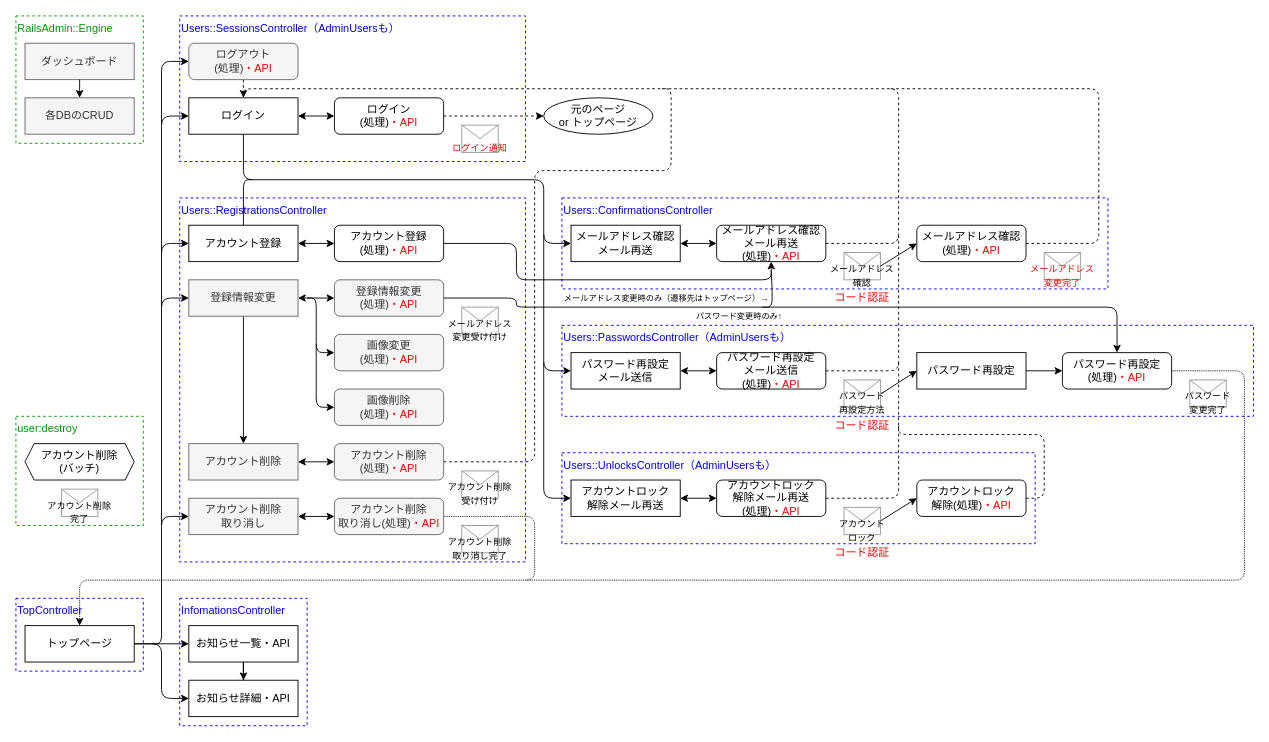
Earlier version of the draw.io diagram 設計/画面遷移図.drawio (nightonlypj/rails-app-origin). Source tidied: cells renumbered, new cells numbered last; positions are measured from the earlier drawing's top-left corner, leaving out a move shared by most shapes. Both pictures are drawn from the tidied source at 91%, with x=0, y=0 at pixel (15, 15).
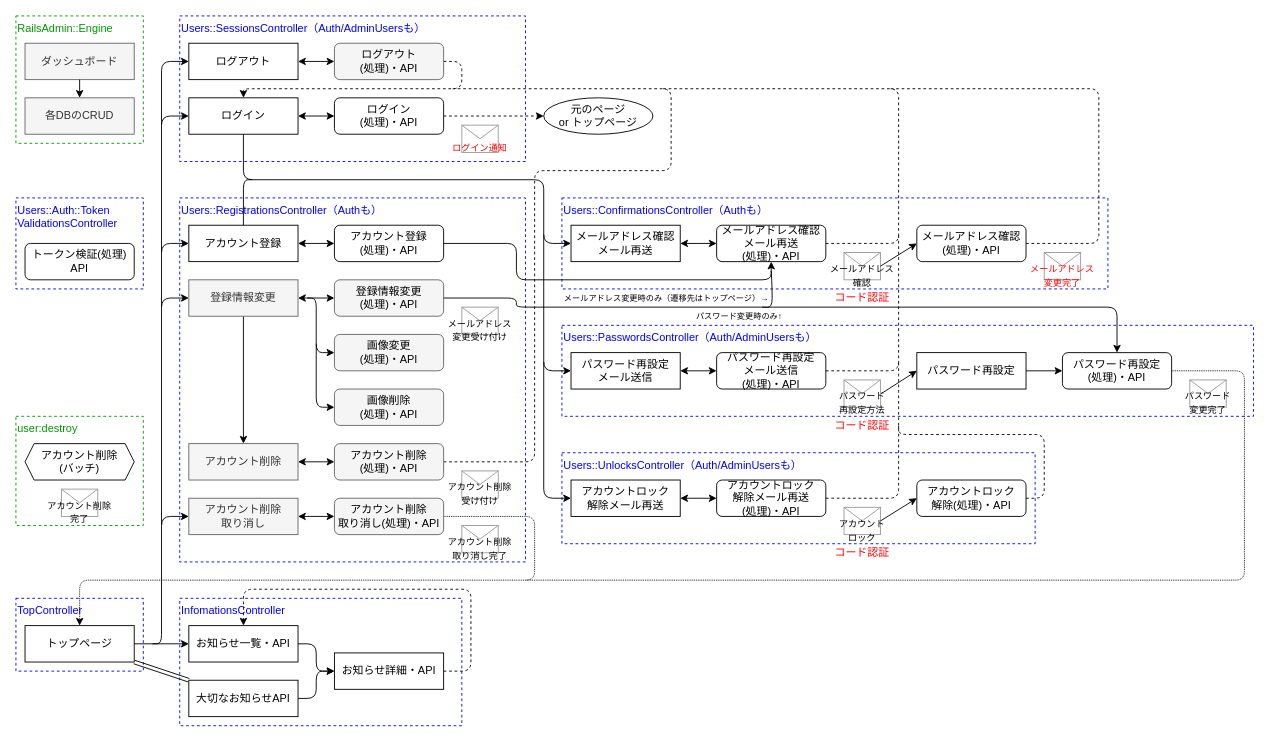
After the change.

The change refers to these unchanged cells:
```xml
<mxCell id="14" value="トップページ" style="rounded=0;whiteSpace=wrap;html=1;" parent="1" vertex="1">
  <mxGeometry x="10" y="670" width="120" height="40" as="geometry" />
</mxCell>
<mxCell id="19" value="ログイン" style="rounded=0;whiteSpace=wrap;html=1;" parent="1" vertex="1">
  <mxGeometry x="190" y="90" width="120" height="40" as="geometry" />
</mxCell>
<mxCell id="100" value="&lt;font color=&quot;#000000&quot;&gt;お知らせ一覧・API&lt;/font&gt;" style="rounded=0;whiteSpace=wrap;html=1;" parent="1" vertex="1">
  <mxGeometry x="190" y="670" width="120" height="40" as="geometry" />
</mxCell>
```

Change to the diagram source:
```diff
@@
+    <mxCell id="107" value="&lt;font color=&quot;#0000ff&quot;&gt;Users::Auth::Token&lt;br&gt;ValidationsController&lt;br&gt;&lt;/font&gt;" style="rounded=0;whiteSpace=wrap;html=1;strokeColor=#0000FF;dashed=1;align=left;verticalAlign=top;" parent="1" vertex="1">
+      <mxGeometry y="200" width="140" height="100" as="geometry" />
+    </mxCell>
     <mxCell id="2" value="&lt;font color=&quot;#0000ff&quot;&gt;InfomationsController&lt;br&gt;&lt;/font&gt;" style="rounded=0;whiteSpace=wrap;html=1;strokeColor=#0000FF;dashed=1;align=left;verticalAlign=top;" parent="1" vertex="1">
-      <mxGeometry x="180" y="640" width="140" height="140" as="geometry" />
+      <mxGeometry x="180" y="640" width="310" height="140" as="geometry" />
     </mxCell>
-    <mxCell id="3" value="&lt;font color=&quot;#0000ff&quot;&gt;Users::PasswordsController&lt;/font&gt;&lt;span style=&quot;color: rgb(0 , 0 , 255)&quot;&gt;（AdminUsersも）&lt;/span&gt;&lt;font color=&quot;#0000ff&quot;&gt;&lt;br&gt;&lt;/font&gt;" style="rounded=0;whiteSpace=wrap;html=1;strokeColor=#0000FF;dashed=1;align=left;verticalAlign=top;" parent="1" vertex="1">
+    <mxCell id="3" value="&lt;font color=&quot;#0000ff&quot;&gt;Users::PasswordsController&lt;/font&gt;&lt;span style=&quot;color: rgb(0 , 0 , 255)&quot;&gt;（Auth/AdminUsersも）&lt;/span&gt;&lt;font color=&quot;#0000ff&quot;&gt;&lt;br&gt;&lt;/font&gt;" style="rounded=0;whiteSpace=wrap;html=1;strokeColor=#0000FF;dashed=1;align=left;verticalAlign=top;" parent="1" vertex="1">
       <mxGeometry x="600" y="340" width="760" height="100" as="geometry" />
     </mxCell>
@@
-    <mxCell id="5" value="&lt;font color=&quot;#0000ff&quot;&gt;Users::&lt;/font&gt;&lt;font color=&quot;#0000ff&quot;&gt;ConfirmationsController&lt;br&gt;&lt;/font&gt;" style="rounded=0;whiteSpace=wrap;html=1;strokeColor=#0000FF;dashed=1;align=left;verticalAlign=top;" parent="1" vertex="1">
+    <mxCell id="5" value="&lt;font color=&quot;#0000ff&quot;&gt;Users::&lt;/font&gt;&lt;font color=&quot;#0000ff&quot;&gt;ConfirmationsController（Authも）&lt;br&gt;&lt;/font&gt;" style="rounded=0;whiteSpace=wrap;html=1;strokeColor=#0000FF;dashed=1;align=left;verticalAlign=top;" parent="1" vertex="1">
       <mxGeometry x="600" y="200" width="600" height="100" as="geometry" />
     </mxCell>
@@
-    <mxCell id="7" value="&lt;font color=&quot;#0000ff&quot;&gt;Users::&lt;/font&gt;&lt;span style=&quot;color: rgb(0 , 0 , 255)&quot;&gt;RegistrationsController&lt;/span&gt;&lt;font color=&quot;#0000ff&quot;&gt;&lt;br&gt;&lt;/font&gt;" style="rounded=0;whiteSpace=wrap;html=1;strokeColor=#0000FF;dashed=1;align=left;verticalAlign=top;" parent="1" vertex="1">
+    <mxCell id="7" value="&lt;font color=&quot;#0000ff&quot;&gt;Users::&lt;/font&gt;&lt;span style=&quot;color: rgb(0 , 0 , 255)&quot;&gt;RegistrationsController（Authも）&lt;/span&gt;&lt;font color=&quot;#0000ff&quot;&gt;&lt;br&gt;&lt;/font&gt;" style="rounded=0;whiteSpace=wrap;html=1;strokeColor=#0000FF;dashed=1;align=left;verticalAlign=top;" parent="1" vertex="1">
       <mxGeometry x="180" y="200" width="380" height="400" as="geometry" />
     </mxCell>
-    <mxCell id="8" value="&lt;font color=&quot;#0000ff&quot;&gt;Users::SessionsController（AdminUsersも）&lt;br&gt;&lt;/font&gt;" style="rounded=0;whiteSpace=wrap;html=1;strokeColor=#0000FF;dashed=1;align=left;verticalAlign=top;" parent="1" vertex="1">
+    <mxCell id="8" value="&lt;font color=&quot;#0000ff&quot;&gt;Users::SessionsController（Auth/AdminUsersも）&lt;br&gt;&lt;/font&gt;" style="rounded=0;whiteSpace=wrap;html=1;strokeColor=#0000FF;dashed=1;align=left;verticalAlign=top;" parent="1" vertex="1">
       <mxGeometry x="180" width="380" height="160" as="geometry" />
     </mxCell>
@@
-    <mxCell id="11" style="edgeStyle=orthogonalEdgeStyle;rounded=1;jettySize=auto;html=1;entryX=0;entryY=0.5;entryDx=0;entryDy=0;startArrow=none;startFill=0;endArrow=classic;endFill=1;" parent="1" edge="1" target="23">
+    <mxCell id="11" style="edgeStyle=orthogonalEdgeStyle;rounded=1;jettySize=auto;html=1;entryX=0;entryY=0.5;entryDx=0;entryDy=0;startArrow=none;startFill=0;endArrow=classic;endFill=1;" parent="1" edge="1" target="115">
       <mxGeometry relative="1" as="geometry">
         <mxPoint x="160" y="120" as="sourcePoint" />
         <Array as="points">
           <mxPoint x="160" y="50" />
         </Array>
       </mxGeometry>
     </mxCell>
@@
-    <mxCell id="13" style="edgeStyle=orthogonalEdgeStyle;rounded=1;jettySize=auto;html=1;exitX=1;exitY=0.5;exitDx=0;exitDy=0;entryX=0;entryY=0.5;entryDx=0;entryDy=0;" parent="1" edge="1" source="14" target="101">
-      <mxGeometry relative="1" as="geometry" />
-    </mxCell>
+    <mxCell id="108" style="rounded=1;jettySize=auto;html=1;exitX=1;exitY=1;exitDx=0;exitDy=0;entryX=0;entryY=0;entryDx=0;entryDy=0;endArrow=none;endFill=0;shape=link;" parent="1" edge="1" source="14" target="112">
+      <mxGeometry relative="1" as="geometry" />
+    </mxCell>
@@
-    <mxCell id="17" value="&lt;span&gt;アカウント登録&lt;br&gt;(処理)&lt;/span&gt;&lt;span style=&quot;color: rgb(255 , 0 , 0)&quot;&gt;・API&lt;/span&gt;&lt;span&gt;&lt;br&gt;&lt;/span&gt;" style="rounded=1;whiteSpace=wrap;html=1;" parent="1" vertex="1">
+    <mxCell id="17" value="&lt;span&gt;アカウント登録&lt;br&gt;(処理)&lt;/span&gt;・API&lt;span&gt;&lt;br&gt;&lt;/span&gt;" style="rounded=1;whiteSpace=wrap;html=1;" parent="1" vertex="1">
       <mxGeometry x="350" y="230" width="120" height="40" as="geometry" />
     </mxCell>
@@
-    <mxCell id="21" value="ログイン&lt;br&gt;(処理)&lt;span style=&quot;color: rgb(255 , 0 , 0)&quot;&gt;・API&lt;/span&gt;&lt;span&gt;&lt;br&gt;&lt;/span&gt;" style="rounded=1;whiteSpace=wrap;html=1;" parent="1" vertex="1">
+    <mxCell id="21" value="ログイン&lt;br&gt;(処理)・API&lt;span&gt;&lt;br&gt;&lt;/span&gt;" style="rounded=1;whiteSpace=wrap;html=1;" parent="1" vertex="1">
       <mxGeometry x="350" y="90" width="120" height="40" as="geometry" />
     </mxCell>
-    <mxCell id="22" style="rounded=1;jettySize=auto;html=1;exitX=0.5;exitY=1;exitDx=0;exitDy=0;startArrow=none;startFill=0;endArrow=classic;endFill=1;dashed=1;" parent="1" edge="1" source="23" target="19">
-      <mxGeometry relative="1" as="geometry" />
+    <mxCell id="22" style="rounded=1;jettySize=auto;html=1;exitX=1;exitY=0.5;exitDx=0;exitDy=0;startArrow=none;startFill=0;endArrow=classic;endFill=1;dashed=1;entryX=0.5;entryY=0;entryDx=0;entryDy=0;edgeStyle=orthogonalEdgeStyle;" parent="1" edge="1" source="113" target="19">
+      <mxGeometry relative="1" as="geometry">
+        <Array as="points">
+          <mxPoint x="490" y="50" />
+          <mxPoint x="490" y="80" />
+          <mxPoint x="250" y="80" />
+        </Array>
+      </mxGeometry>
     </mxCell>
-    <mxCell id="23" value="ログアウト&lt;br&gt;(処理)&lt;span style=&quot;color: rgb(255 , 0 , 0)&quot;&gt;・API&lt;/span&gt;&lt;span&gt;&lt;br&gt;&lt;/span&gt;" style="rounded=1;whiteSpace=wrap;html=1;fillColor=#f5f5f5;strokeColor=#666666;fontColor=#333333;" parent="1" vertex="1">
-      <mxGeometry x="190" y="30" width="120" height="40" as="geometry" />
-    </mxCell>
@@
-    <mxCell id="27" value="&lt;span&gt;登録情報変更&lt;br&gt;&lt;/span&gt;&lt;span&gt;(処理)&lt;/span&gt;&lt;span style=&quot;color: rgb(255 , 0 , 0)&quot;&gt;・API&lt;/span&gt;&lt;span&gt;&lt;br&gt;&lt;/span&gt;" style="rounded=1;whiteSpace=wrap;html=1;fillColor=#f5f5f5;strokeColor=#666666;fontColor=#333333;" parent="1" vertex="1">
+    <mxCell id="27" value="&lt;font color=&quot;#000000&quot;&gt;&lt;span&gt;登録情報変更&lt;br&gt;&lt;/span&gt;&lt;span&gt;(処理)&lt;/span&gt;・API&lt;/font&gt;&lt;span&gt;&lt;br&gt;&lt;/span&gt;" style="rounded=1;whiteSpace=wrap;html=1;fillColor=#f5f5f5;strokeColor=#666666;fontColor=#333333;" parent="1" vertex="1">
       <mxGeometry x="350" y="290" width="120" height="40" as="geometry" />
     </mxCell>
@@
     <mxCell id="30" style="edgeStyle=orthogonalEdgeStyle;rounded=1;jettySize=auto;html=1;exitX=1;exitY=0.5;exitDx=0;exitDy=0;dashed=1;startArrow=none;startFill=0;endArrow=none;endFill=0;strokeColor=#000000;fontColor=#FF0000;" parent="1" edge="1" source="31">
       <mxGeometry relative="1" as="geometry">
-        <mxPoint x="710" y="80" as="targetPoint" />
+        <mxPoint x="480" y="80" as="targetPoint" />
         <Array as="points">
           <mxPoint x="570" y="490" />
           <mxPoint x="570" y="170" />
           <mxPoint x="720" y="170" />
           <mxPoint x="720" y="80" />
         </Array>
       </mxGeometry>
     </mxCell>
-    <mxCell id="31" value="&lt;span&gt;アカウント削除&lt;br&gt;&lt;/span&gt;&lt;span&gt;(処理)&lt;/span&gt;&lt;span style=&quot;color: rgb(255 , 0 , 0)&quot;&gt;・API&lt;/span&gt;&lt;span&gt;&lt;br&gt;&lt;/span&gt;" style="rounded=1;whiteSpace=wrap;html=1;fillColor=#f5f5f5;strokeColor=#666666;fontColor=#333333;" parent="1" vertex="1">
+    <mxCell id="31" value="&lt;font color=&quot;#000000&quot;&gt;&lt;span&gt;アカウント削除&lt;br&gt;&lt;/span&gt;&lt;span&gt;(処理)&lt;/span&gt;・API&lt;/font&gt;&lt;span&gt;&lt;br&gt;&lt;/span&gt;" style="rounded=1;whiteSpace=wrap;html=1;fillColor=#f5f5f5;strokeColor=#666666;fontColor=#333333;" parent="1" vertex="1">
       <mxGeometry x="350" y="470" width="120" height="40" as="geometry" />
     </mxCell>
@@
     <mxCell id="37" style="edgeStyle=orthogonalEdgeStyle;rounded=1;jettySize=auto;html=1;exitX=1;exitY=0.5;exitDx=0;exitDy=0;startArrow=none;startFill=0;endArrow=none;endFill=0;dashed=1;" parent="1" edge="1" source="38">
       <mxGeometry relative="1" as="geometry">
-        <mxPoint x="250" y="90" as="targetPoint" />
+        <mxPoint x="710" y="80" as="targetPoint" />
         <Array as="points">
           <mxPoint x="970" y="250" />
           <mxPoint x="970" y="80" />
-          <mxPoint x="250" y="80" />
         </Array>
       </mxGeometry>
     </mxCell>
-    <mxCell id="38" value="&lt;span&gt;メールアドレス確認メール再送&lt;br&gt;&lt;/span&gt;&lt;span&gt;(処理)&lt;/span&gt;&lt;span style=&quot;color: rgb(255 , 0 , 0)&quot;&gt;・API&lt;/span&gt;&lt;span&gt;&lt;br&gt;&lt;/span&gt;" style="rounded=1;whiteSpace=wrap;html=1;" parent="1" vertex="1">
+    <mxCell id="38" value="&lt;span&gt;メールアドレス確認メール再送&lt;br&gt;&lt;/span&gt;&lt;span&gt;(処理)&lt;/span&gt;・API&lt;span&gt;&lt;br&gt;&lt;/span&gt;" style="rounded=1;whiteSpace=wrap;html=1;" parent="1" vertex="1">
       <mxGeometry x="770" y="230" width="120" height="40" as="geometry" />
     </mxCell>
@@
-    <mxCell id="40" value="&lt;span&gt;メールアドレス確認&lt;br&gt;(処理)&lt;/span&gt;&lt;span style=&quot;color: rgb(255 , 0 , 0)&quot;&gt;・API&lt;/span&gt;&lt;span&gt;&lt;br&gt;&lt;/span&gt;" style="rounded=1;whiteSpace=wrap;html=1;" parent="1" vertex="1">
+    <mxCell id="40" value="&lt;span&gt;メールアドレス確認&lt;br&gt;(処理)&lt;/span&gt;・API&lt;span&gt;&lt;br&gt;&lt;/span&gt;" style="rounded=1;whiteSpace=wrap;html=1;" parent="1" vertex="1">
       <mxGeometry x="990" y="230" width="120" height="40" as="geometry" />
     </mxCell>
@@
-    <mxCell id="49" value="&lt;span&gt;パスワード再設定&lt;br&gt;メール送信&lt;br&gt;(処理)&lt;/span&gt;&lt;span style=&quot;color: rgb(255 , 0 , 0)&quot;&gt;・API&lt;/span&gt;&lt;span&gt;&lt;br&gt;&lt;/span&gt;" style="rounded=1;whiteSpace=wrap;html=1;" parent="1" vertex="1">
+    <mxCell id="49" value="&lt;span&gt;パスワード再設定&lt;br&gt;メール送信&lt;br&gt;(処理)&lt;/span&gt;・API&lt;span&gt;&lt;br&gt;&lt;/span&gt;" style="rounded=1;whiteSpace=wrap;html=1;" parent="1" vertex="1">
       <mxGeometry x="770" y="370" width="120" height="40" as="geometry" />
     </mxCell>
@@
-    <mxCell id="51" value="&lt;span&gt;パスワード再設定&lt;br&gt;(処理)&lt;/span&gt;&lt;span style=&quot;color: rgb(255 , 0 , 0)&quot;&gt;・API&lt;/span&gt;&lt;span&gt;&lt;br&gt;&lt;/span&gt;" style="rounded=1;whiteSpace=wrap;html=1;" parent="1" vertex="1">
+    <mxCell id="51" value="&lt;span&gt;パスワード再設定&lt;br&gt;(処理)&lt;/span&gt;・API&lt;span&gt;&lt;br&gt;&lt;/span&gt;" style="rounded=1;whiteSpace=wrap;html=1;" parent="1" vertex="1">
       <mxGeometry x="1150" y="370" width="120" height="40" as="geometry" />
     </mxCell>
@@
-    <mxCell id="56" value="&lt;font color=&quot;#0000ff&quot;&gt;Users::UnlocksController&lt;/font&gt;&lt;span style=&quot;color: rgb(0 , 0 , 255)&quot;&gt;（AdminUsersも）&lt;/span&gt;&lt;font color=&quot;#0000ff&quot;&gt;&lt;br&gt;&lt;/font&gt;" style="rounded=0;whiteSpace=wrap;html=1;strokeColor=#0000FF;dashed=1;align=left;verticalAlign=top;" parent="1" vertex="1">
+    <mxCell id="56" value="&lt;font color=&quot;#0000ff&quot;&gt;Users::UnlocksController&lt;/font&gt;&lt;span style=&quot;color: rgb(0 , 0 , 255)&quot;&gt;（Auth/AdminUsersも）&lt;/span&gt;&lt;font color=&quot;#0000ff&quot;&gt;&lt;br&gt;&lt;/font&gt;" style="rounded=0;whiteSpace=wrap;html=1;strokeColor=#0000FF;dashed=1;align=left;verticalAlign=top;" parent="1" vertex="1">
       <mxGeometry x="600" y="480" width="520" height="100" as="geometry" />
     </mxCell>
@@
-    <mxCell id="59" value="&lt;span&gt;アカウントロック&lt;br&gt;解除メール再送&lt;br&gt;(処理)&lt;/span&gt;&lt;span style=&quot;color: rgb(255 , 0 , 0)&quot;&gt;・API&lt;/span&gt;&lt;span&gt;&lt;br&gt;&lt;/span&gt;" style="rounded=1;whiteSpace=wrap;html=1;" parent="1" vertex="1">
+    <mxCell id="59" value="&lt;span&gt;アカウントロック&lt;br&gt;解除メール再送&lt;br&gt;(処理)&lt;/span&gt;・API&lt;span&gt;&lt;br&gt;&lt;/span&gt;" style="rounded=1;whiteSpace=wrap;html=1;" parent="1" vertex="1">
       <mxGeometry x="770" y="510" width="120" height="40" as="geometry" />
     </mxCell>
@@
-    <mxCell id="62" value="&lt;span&gt;アカウントロック&lt;br&gt;解除(処理)&lt;/span&gt;&lt;span style=&quot;color: rgb(255 , 0 , 0)&quot;&gt;・API&lt;/span&gt;&lt;span&gt;&lt;br&gt;&lt;/span&gt;" style="rounded=1;whiteSpace=wrap;html=1;" parent="1" vertex="1">
+    <mxCell id="62" value="&lt;span&gt;アカウントロック&lt;br&gt;解除(処理)&lt;/span&gt;・API&lt;span&gt;&lt;br&gt;&lt;/span&gt;" style="rounded=1;whiteSpace=wrap;html=1;" parent="1" vertex="1">
       <mxGeometry x="990" y="510" width="120" height="40" as="geometry" />
     </mxCell>
@@
-    <mxCell id="79" value="&lt;span&gt;アカウント削除&lt;br&gt;取り消し&lt;/span&gt;&lt;span&gt;(処理)&lt;/span&gt;&lt;span style=&quot;color: rgb(255 , 0 , 0)&quot;&gt;・API&lt;/span&gt;&lt;span&gt;&lt;br&gt;&lt;/span&gt;" style="rounded=1;whiteSpace=wrap;html=1;fillColor=#f5f5f5;strokeColor=#666666;fontColor=#333333;" parent="1" vertex="1">
+    <mxCell id="79" value="&lt;font color=&quot;#000000&quot;&gt;&lt;span&gt;アカウント削除&lt;br&gt;取り消し&lt;/span&gt;&lt;span&gt;(処理)&lt;/span&gt;・API&lt;/font&gt;&lt;span&gt;&lt;br&gt;&lt;/span&gt;" style="rounded=1;whiteSpace=wrap;html=1;fillColor=#f5f5f5;strokeColor=#666666;fontColor=#333333;" parent="1" vertex="1">
       <mxGeometry x="350" y="530" width="120" height="40" as="geometry" />
     </mxCell>
@@
-    <mxCell id="97" value="&lt;span&gt;画像変更&lt;br&gt;&lt;/span&gt;&lt;span&gt;(処理)&lt;/span&gt;&lt;span style=&quot;color: rgb(255 , 0 , 0)&quot;&gt;・API&lt;/span&gt;&lt;span&gt;&lt;br&gt;&lt;/span&gt;" style="rounded=1;whiteSpace=wrap;html=1;fillColor=#f5f5f5;strokeColor=#666666;fontColor=#333333;" parent="1" vertex="1">
+    <mxCell id="97" value="&lt;font color=&quot;#000000&quot;&gt;&lt;span&gt;画像変更&lt;br&gt;&lt;/span&gt;&lt;span&gt;(処理)&lt;/span&gt;・API&lt;/font&gt;&lt;span&gt;&lt;br&gt;&lt;/span&gt;" style="rounded=1;whiteSpace=wrap;html=1;fillColor=#f5f5f5;strokeColor=#666666;fontColor=#333333;" parent="1" vertex="1">
       <mxGeometry x="350" y="350" width="120" height="40" as="geometry" />
     </mxCell>
-    <mxCell id="98" value="&lt;span&gt;画像削除&lt;br&gt;&lt;/span&gt;&lt;span&gt;(処理)&lt;/span&gt;&lt;span style=&quot;color: rgb(255 , 0 , 0)&quot;&gt;・API&lt;/span&gt;&lt;span&gt;&lt;br&gt;&lt;/span&gt;" style="rounded=1;whiteSpace=wrap;html=1;fillColor=#f5f5f5;strokeColor=#666666;fontColor=#333333;" parent="1" vertex="1">
+    <mxCell id="98" value="&lt;font color=&quot;#000000&quot;&gt;&lt;span&gt;画像削除&lt;br&gt;&lt;/span&gt;&lt;span&gt;(処理)&lt;/span&gt;・API&lt;/font&gt;&lt;span&gt;&lt;br&gt;&lt;/span&gt;" style="rounded=1;whiteSpace=wrap;html=1;fillColor=#f5f5f5;strokeColor=#666666;fontColor=#333333;" parent="1" vertex="1">
       <mxGeometry x="350" y="410" width="120" height="40" as="geometry" />
     </mxCell>
-    <mxCell id="99" style="edgeStyle=orthogonalEdgeStyle;rounded=0;jettySize=auto;html=1;exitX=0.5;exitY=1;exitDx=0;exitDy=0;" parent="1" edge="1" source="100" target="101">
+    <mxCell id="99" style="edgeStyle=orthogonalEdgeStyle;rounded=1;jettySize=auto;html=1;exitX=1;exitY=0.5;exitDx=0;exitDy=0;entryX=0;entryY=0.5;entryDx=0;entryDy=0;" parent="1" edge="1" source="100" target="101">
       <mxGeometry relative="1" as="geometry" />
     </mxCell>
@@
+    <mxCell id="109" style="edgeStyle=orthogonalEdgeStyle;rounded=1;jettySize=auto;html=1;exitX=1;exitY=0.5;exitDx=0;exitDy=0;entryX=0.5;entryY=0;entryDx=0;entryDy=0;dashed=1;" parent="1" edge="1" source="101" target="100">
+      <mxGeometry relative="1" as="geometry">
+        <Array as="points">
+          <mxPoint x="500" y="720" />
+          <mxPoint x="500" y="630" />
+          <mxPoint x="250" y="630" />
+        </Array>
+      </mxGeometry>
+    </mxCell>
     <mxCell id="101" value="&lt;font color=&quot;#000000&quot;&gt;お知らせ詳細・API&lt;/font&gt;" style="rounded=0;whiteSpace=wrap;html=1;" parent="1" vertex="1">
-      <mxGeometry x="190" y="730" width="120" height="40" as="geometry" />
+      <mxGeometry x="350" y="700" width="120" height="40" as="geometry" />
     </mxCell>
@@
+    <mxCell id="110" value="&lt;span&gt;トークン検証&lt;/span&gt;(処理)&lt;span&gt;&lt;br&gt;API&lt;br&gt;&lt;/span&gt;" style="rounded=1;whiteSpace=wrap;html=1;" parent="1" vertex="1">
+      <mxGeometry x="10" y="250" width="120" height="40" as="geometry" />
+    </mxCell>
+    <mxCell id="111" style="edgeStyle=orthogonalEdgeStyle;rounded=1;jettySize=auto;html=1;exitX=1;exitY=0.5;exitDx=0;exitDy=0;entryX=0;entryY=0.5;entryDx=0;entryDy=0;" parent="1" edge="1" source="112" target="101">
+      <mxGeometry relative="1" as="geometry" />
+    </mxCell>
+    <mxCell id="112" value="大切なお知らせAPI" style="rounded=0;whiteSpace=wrap;html=1;" parent="1" vertex="1">
+      <mxGeometry x="190" y="730" width="120" height="40" as="geometry" />
+    </mxCell>
+    <mxCell id="113" value="&lt;font color=&quot;#000000&quot;&gt;ログアウト&lt;br&gt;(処理)・API&lt;/font&gt;&lt;span&gt;&lt;br&gt;&lt;/span&gt;" style="rounded=1;whiteSpace=wrap;html=1;fillColor=#f5f5f5;strokeColor=#666666;fontColor=#333333;" parent="1" vertex="1">
+      <mxGeometry x="350" y="30" width="120" height="40" as="geometry" />
+    </mxCell>
+    <mxCell id="114" style="rounded=1;jettySize=auto;html=1;exitX=1;exitY=0.5;exitDx=0;exitDy=0;entryX=0;entryY=0.5;entryDx=0;entryDy=0;endArrow=classic;endFill=1;startArrow=classic;startFill=1;" parent="1" edge="1" source="115" target="113">
+      <mxGeometry relative="1" as="geometry" />
+    </mxCell>
+    <mxCell id="115" value="ログアウト" style="rounded=0;whiteSpace=wrap;html=1;" parent="1" vertex="1">
+      <mxGeometry x="190" y="30" width="120" height="40" as="geometry" />
+    </mxCell>
```
